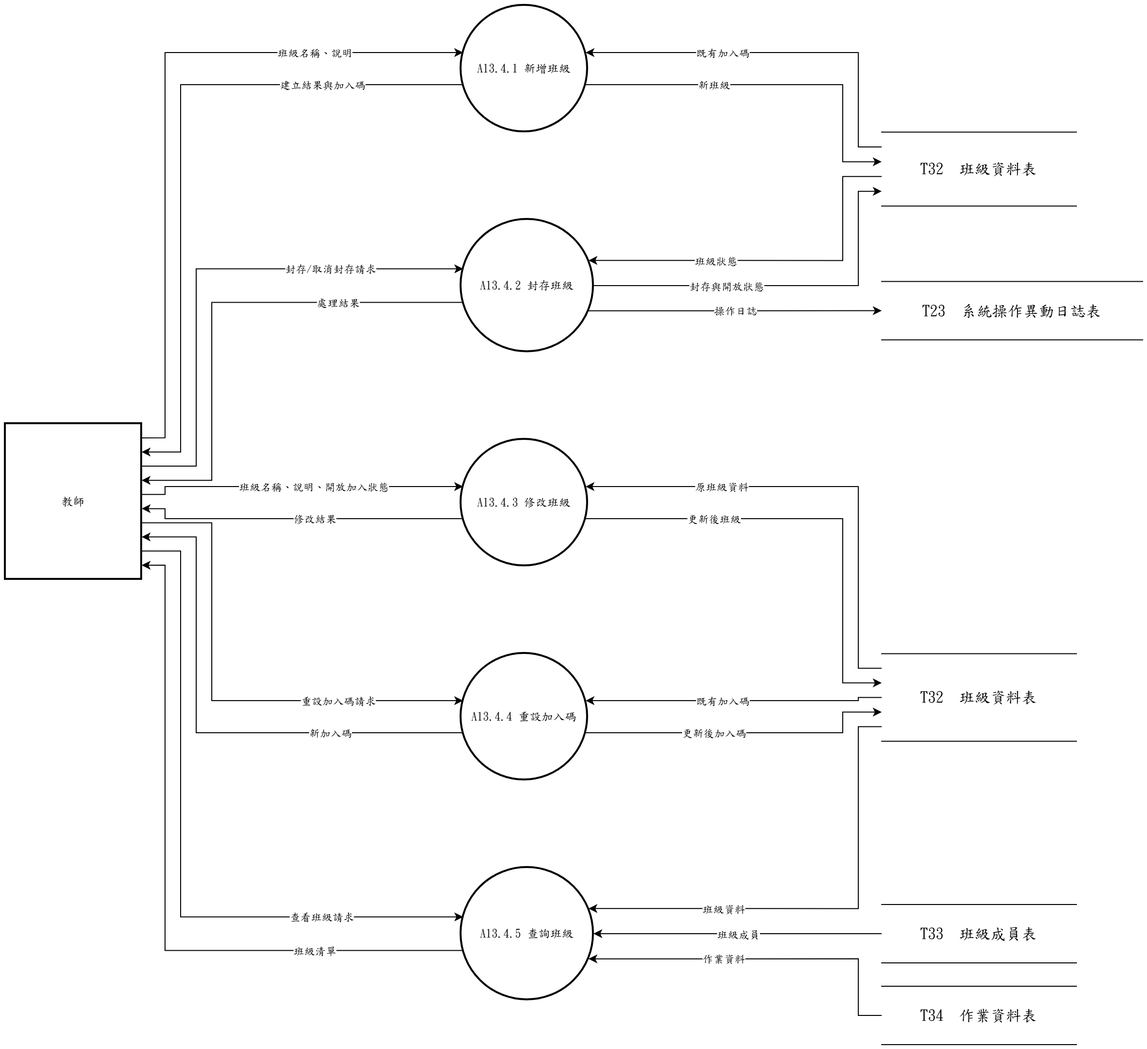
s22452007/115502 keeps this draw.io diagram as 系統文件/第6章/DFD圖/圖13/圖13-4.drawio.png. Above is the earlier version. Source tidied: cells renumbered, new cells last; positions are measured from the earlier drawing's top-left corner, leaving out a move shared by most shapes.
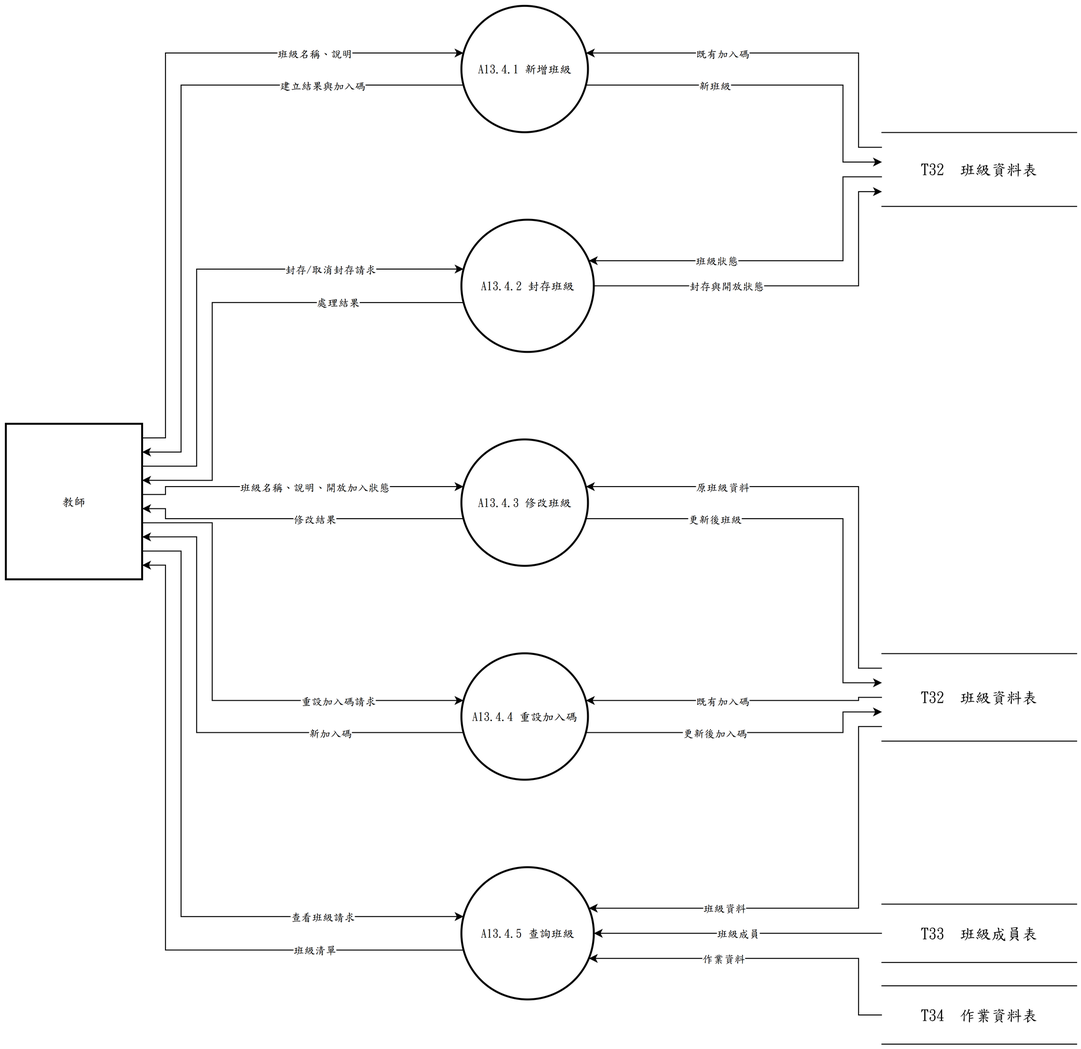
Above is the later version.

The edit, as a diff of the source:
```diff
@@ -23,9 +23,6 @@
     <mxCell id="8" value="T32  班級資料表" style="shape=partialRectangle;whiteSpace=wrap;html=1;left=0;right=0;fontFamily=標楷體;fontSize=16;" parent="1" vertex="1">
       <mxGeometry x="900" y="130.3" width="200" height="76" as="geometry" />
     </mxCell>
-    <mxCell id="9" value="T23  系統操作異動日誌表" style="shape=partialRectangle;whiteSpace=wrap;html=1;left=0;right=0;fontFamily=標楷體;fontSize=16;" parent="1" vertex="1">
-      <mxGeometry x="900" y="283.8" width="268" height="60" as="geometry" />
-    </mxCell>
     <mxCell id="10" value="T32  班級資料表" style="shape=partialRectangle;whiteSpace=wrap;html=1;left=0;right=0;fontFamily=標楷體;fontSize=16;" parent="1" vertex="1">
       <mxGeometry x="900" y="666.3" width="200" height="90" as="geometry" />
     </mxCell>
@@ -123,12 +120,6 @@
     <mxCell id="28" value="封存與開放狀態" style="edgeLabel;html=1;align=center;verticalAlign=middle;fontFamily=標楷體;" parent="27" vertex="1">
       <mxGeometry x="-0.31" relative="1" as="geometry" />
     </mxCell>
-    <mxCell id="29" style="edgeStyle=none;rounded=0;html=1;fontFamily=標楷體;endArrow=classic;exitX=0.9625;exitY=0.6900;exitDx=0;exitDy=0;exitPerimeter=0;entryX=0.0000;entryY=0.5000;entryDx=0;entryDy=0;entryPerimeter=0;" parent="1" edge="1" source="3" target="9">
-      <mxGeometry relative="1" as="geometry" />
-    </mxCell>
-    <mxCell id="30" value="操作日誌" style="edgeLabel;html=1;align=center;verticalAlign=middle;fontFamily=標楷體;" parent="29" vertex="1">
-      <mxGeometry relative="1" as="geometry" />
-    </mxCell>
     <mxCell id="31" style="edgeStyle=none;rounded=0;html=1;fontFamily=標楷體;endArrow=classic;exitX=1.0000;exitY=0.4545;exitDx=0;exitDy=0;exitPerimeter=0;entryX=0.0163;entryY=0.3733;entryDx=0;entryDy=0;entryPerimeter=0;" parent="1" edge="1" source="7" target="4">
       <mxGeometry relative="1" as="geometry">
         <Array as="points">
```
